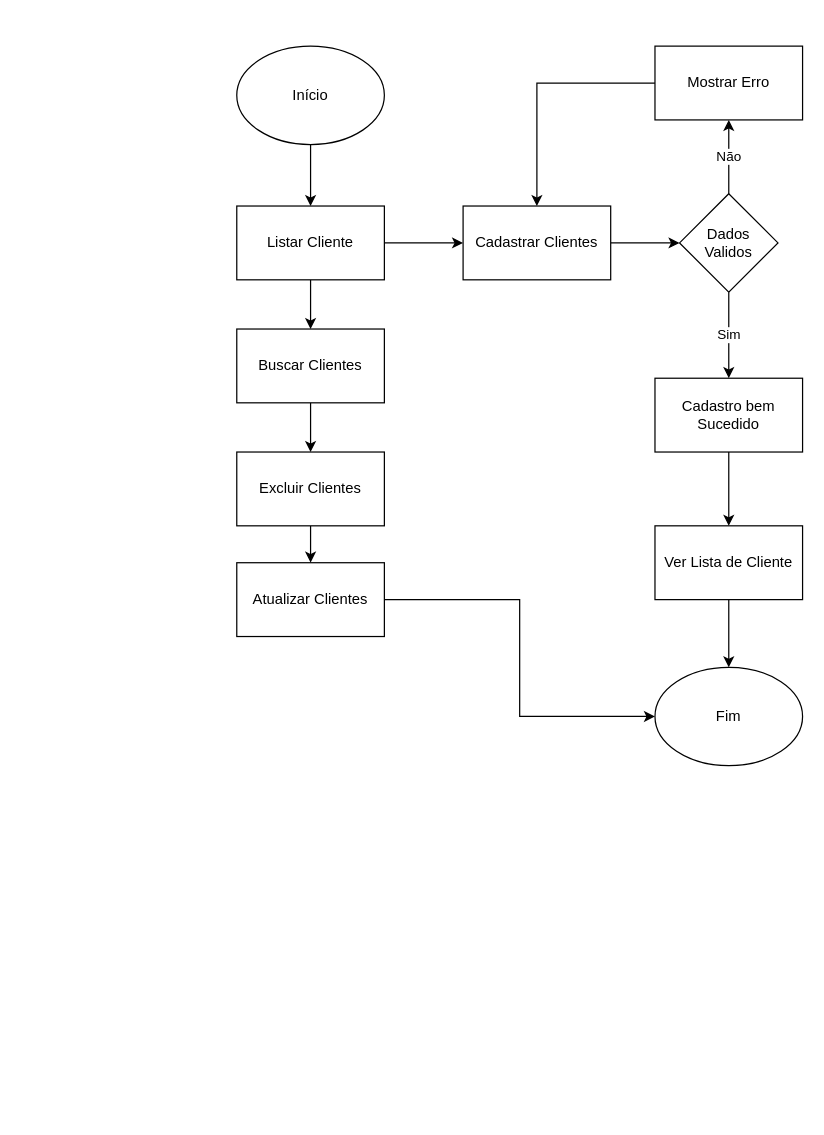
Earlier version of the draw.io diagram page "Página-1" (1 of 7) of DOC/fluxograma.drawio (rafaelareisilva/avatar.app). Source tidied: cells renumbered, new cells numbered last; positions are measured from the earlier drawing's top-left corner, leaving out a move shared by most shapes. Both pictures are drawn from the tidied source at 123%, with x=0, y=0 at pixel (236, 46).
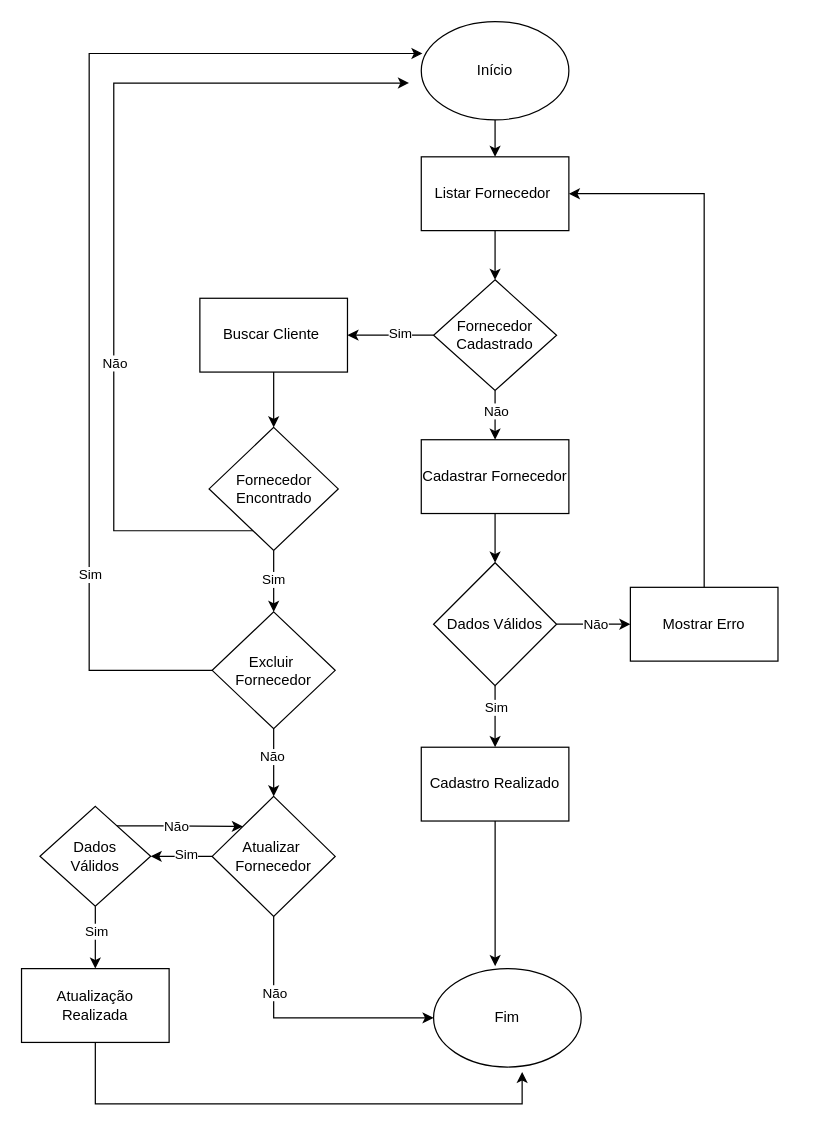
The same diagram, later.

Diff of the diagram source:
```diff
@@
     <mxCell id="3" value="Início" style="ellipse;whiteSpace=wrap;html=1;" parent="1" vertex="1">
-      <mxGeometry width="120" height="80" as="geometry" />
+      <mxGeometry x="150" y="-20" width="120" height="80" as="geometry" />
     </mxCell>
-    <mxCell id="4" style="edgeStyle=orthogonalEdgeStyle;rounded=0;jettySize=auto;html=1;" parent="1" edge="1" source="6" target="8">
-      <mxGeometry relative="1" as="geometry" />
-    </mxCell>
-    <mxCell id="5" style="edgeStyle=orthogonalEdgeStyle;rounded=0;jettySize=auto;html=1;" parent="1" edge="1" source="6" target="10">
-      <mxGeometry relative="1" as="geometry" />
-    </mxCell>
+    <mxCell id="25" style="edgeStyle=orthogonalEdgeStyle;rounded=0;jettySize=auto;html=1;" parent="1" edge="1" source="6" target="30">
+      <mxGeometry relative="1" as="geometry" />
+    </mxCell>
-    <mxCell id="6" value="Listar Cliente" style="whiteSpace=wrap;html=1;" parent="1" vertex="1">
-      <mxGeometry y="130" width="120" height="60" as="geometry" />
+    <mxCell id="6" value="Listar Fornecedor&amp;nbsp;" style="whiteSpace=wrap;html=1;" parent="1" vertex="1">
+      <mxGeometry x="150" y="90" width="120" height="60" as="geometry" />
     </mxCell>
-    <mxCell id="7" style="edgeStyle=orthogonalEdgeStyle;rounded=0;jettySize=auto;html=1;" parent="1" edge="1" source="8" target="17">
-      <mxGeometry relative="1" as="geometry" />
-    </mxCell>
-    <mxCell id="8" value="Cadastrar Clientes" style="whiteSpace=wrap;html=1;" parent="1" vertex="1">
-      <mxGeometry x="184" y="130" width="120" height="60" as="geometry" />
-    </mxCell>
-    <mxCell id="9" style="edgeStyle=orthogonalEdgeStyle;rounded=0;jettySize=auto;html=1;" parent="1" edge="1" source="10" target="12">
-      <mxGeometry relative="1" as="geometry" />
-    </mxCell>
-    <mxCell id="10" value="Buscar Clientes" style="whiteSpace=wrap;html=1;" parent="1" vertex="1">
-      <mxGeometry y="230" width="120" height="60" as="geometry" />
-    </mxCell>
-    <mxCell id="11" style="edgeStyle=orthogonalEdgeStyle;rounded=0;jettySize=auto;html=1;" parent="1" edge="1" source="12" target="14">
-      <mxGeometry relative="1" as="geometry" />
-    </mxCell>
-    <mxCell id="12" value="Excluir Clientes" style="whiteSpace=wrap;html=1;" parent="1" vertex="1">
-      <mxGeometry y="330" width="120" height="60" as="geometry" />
-    </mxCell>
-    <mxCell id="13" style="edgeStyle=orthogonalEdgeStyle;rounded=0;jettySize=auto;html=1;entryX=0;entryY=0.5;entryDx=0;entryDy=0;" parent="1" edge="1" source="14" target="20">
-      <mxGeometry relative="1" as="geometry" />
-    </mxCell>
-    <mxCell id="14" value="Atualizar Clientes" style="whiteSpace=wrap;html=1;" parent="1" vertex="1">
-      <mxGeometry y="420" width="120" height="60" as="geometry" />
-    </mxCell>
-    <mxCell id="15" value="Sim" style="edgeStyle=orthogonalEdgeStyle;rounded=0;jettySize=auto;html=1;" parent="1" edge="1" source="17" target="19">
-      <mxGeometry relative="1" as="geometry" />
-    </mxCell>
-    <mxCell id="16" value="Não" style="edgeStyle=orthogonalEdgeStyle;rounded=0;jettySize=auto;html=1;" parent="1" edge="1" source="17" target="24">
-      <mxGeometry relative="1" as="geometry" />
-    </mxCell>
-    <mxCell id="17" value="Dados&lt;div&gt;Validos&lt;/div&gt;" style="rhombus;whiteSpace=wrap;html=1;" parent="1" vertex="1">
-      <mxGeometry x="360" y="120" width="80" height="80" as="geometry" />
-    </mxCell>
-    <mxCell id="18" style="edgeStyle=orthogonalEdgeStyle;rounded=0;jettySize=auto;html=1;" parent="1" edge="1" source="19" target="22">
-      <mxGeometry relative="1" as="geometry" />
-    </mxCell>
-    <mxCell id="19" value="Cadastro bem Sucedido" style="whiteSpace=wrap;html=1;" parent="1" vertex="1">
-      <mxGeometry x="340" y="270" width="120" height="60" as="geometry" />
-    </mxCell>
+    <mxCell id="26" style="edgeStyle=orthogonalEdgeStyle;rounded=0;jettySize=auto;html=1;" parent="1" edge="1" source="30" target="32">
+      <mxGeometry relative="1" as="geometry" />
+    </mxCell>
+    <mxCell id="27" value="Sim" style="edgeLabel;html=1;align=center;verticalAlign=middle;" parent="26" vertex="1">
+      <mxGeometry x="-0.2" y="-2" relative="1" as="geometry" />
+    </mxCell>
+    <mxCell id="28" style="edgeStyle=orthogonalEdgeStyle;rounded=0;jettySize=auto;html=1;" parent="1" edge="1" source="30" target="34">
+      <mxGeometry relative="1" as="geometry" />
+    </mxCell>
+    <mxCell id="29" value="Não" style="edgeLabel;html=1;align=center;verticalAlign=middle;" parent="28" vertex="1">
+      <mxGeometry x="-0.2" relative="1" as="geometry" />
+    </mxCell>
+    <mxCell id="30" value="Fornecedor&lt;div&gt;Cadastrado&lt;/div&gt;" style="rhombus;whiteSpace=wrap;html=1;" parent="1" vertex="1">
+      <mxGeometry x="160" y="190" width="100" height="90" as="geometry" />
+    </mxCell>
+    <mxCell id="31" style="edgeStyle=orthogonalEdgeStyle;rounded=0;jettySize=auto;html=1;" parent="1" edge="1" source="32" target="45">
+      <mxGeometry relative="1" as="geometry" />
+    </mxCell>
+    <mxCell id="32" value="Buscar Cliente&amp;nbsp;" style="whiteSpace=wrap;html=1;" parent="1" vertex="1">
+      <mxGeometry x="-30" y="205" width="120" height="60" as="geometry" />
+    </mxCell>
+    <mxCell id="33" style="edgeStyle=orthogonalEdgeStyle;rounded=0;jettySize=auto;html=1;" parent="1" edge="1" source="34" target="39">
+      <mxGeometry relative="1" as="geometry" />
+    </mxCell>
+    <mxCell id="34" value="Cadastrar Fornecedor" style="whiteSpace=wrap;html=1;" parent="1" vertex="1">
+      <mxGeometry x="150" y="320" width="120" height="60" as="geometry" />
+    </mxCell>
+    <mxCell id="35" style="edgeStyle=orthogonalEdgeStyle;rounded=0;jettySize=auto;html=1;" parent="1" edge="1" source="39" target="24">
+      <mxGeometry relative="1" as="geometry" />
+    </mxCell>
+    <mxCell id="36" value="Não" style="edgeLabel;html=1;align=center;verticalAlign=middle;" parent="35" vertex="1">
+      <mxGeometry x="0.03" y="1" relative="1" as="geometry" />
+    </mxCell>
+    <mxCell id="37" style="edgeStyle=orthogonalEdgeStyle;rounded=0;jettySize=auto;html=1;" parent="1" edge="1" source="39" target="42">
+      <mxGeometry relative="1" as="geometry" />
+    </mxCell>
+    <mxCell id="38" value="Sim" style="edgeLabel;html=1;align=center;verticalAlign=middle;" parent="37" vertex="1">
+      <mxGeometry x="-0.32" relative="1" as="geometry" />
+    </mxCell>
+    <mxCell id="39" value="Dados Válidos" style="rhombus;whiteSpace=wrap;html=1;" parent="1" vertex="1">
+      <mxGeometry x="160" y="420" width="100" height="100" as="geometry" />
+    </mxCell>
+    <mxCell id="40" style="edgeStyle=orthogonalEdgeStyle;rounded=0;jettySize=auto;html=1;entryX=1;entryY=0.5;entryDx=0;entryDy=0;" parent="1" edge="1" source="24" target="6">
+      <mxGeometry relative="1" as="geometry">
+        <Array as="points">
+          <mxPoint x="380" y="120" />
+        </Array>
+      </mxGeometry>
+    </mxCell>
+    <mxCell id="24" value="Mostrar Erro" style="whiteSpace=wrap;html=1;" parent="1" vertex="1">
+      <mxGeometry x="320" y="440" width="120" height="60" as="geometry" />
+    </mxCell>
+    <mxCell id="41" style="edgeStyle=orthogonalEdgeStyle;rounded=0;jettySize=auto;html=1;entryX=0.417;entryY=-0.025;entryDx=0;entryDy=0;entryPerimeter=0;" parent="1" edge="1" source="42" target="20">
+      <mxGeometry relative="1" as="geometry" />
+    </mxCell>
+    <mxCell id="42" value="Cadastro Realizado" style="whiteSpace=wrap;html=1;" parent="1" vertex="1">
+      <mxGeometry x="150" y="570" width="120" height="60" as="geometry" />
+    </mxCell>
+    <mxCell id="43" style="edgeStyle=orthogonalEdgeStyle;rounded=0;jettySize=auto;html=1;" parent="1" edge="1" source="45" target="50">
+      <mxGeometry relative="1" as="geometry" />
+    </mxCell>
+    <mxCell id="44" value="Sim" style="edgeLabel;html=1;align=center;verticalAlign=middle;" parent="43" vertex="1">
+      <mxGeometry x="-0.09" y="-1" relative="1" as="geometry" />
+    </mxCell>
+    <mxCell id="45" value="Fornecedor&lt;div&gt;Encontrado&lt;/div&gt;" style="rhombus;whiteSpace=wrap;html=1;" parent="1" vertex="1">
+      <mxGeometry x="-22.5" y="310" width="105" height="100" as="geometry" />
+    </mxCell>
+    <mxCell id="46" style="edgeStyle=orthogonalEdgeStyle;rounded=0;jettySize=auto;html=1;" parent="1" edge="1" source="45">
+      <mxGeometry relative="1" as="geometry">
+        <mxPoint x="140" y="30" as="targetPoint" />
+        <Array as="points">
+          <mxPoint x="-100" y="394" />
+          <mxPoint x="-100" y="30" />
+        </Array>
+      </mxGeometry>
+    </mxCell>
+    <mxCell id="47" value="Não" style="edgeLabel;html=1;align=center;verticalAlign=middle;" parent="46" vertex="1">
+      <mxGeometry x="-0.3" relative="1" as="geometry">
+        <mxPoint y="1" as="offset" />
+      </mxGeometry>
+    </mxCell>
+    <mxCell id="48" style="edgeStyle=orthogonalEdgeStyle;rounded=0;jettySize=auto;html=1;" parent="1" edge="1" source="50" target="57">
+      <mxGeometry relative="1" as="geometry" />
+    </mxCell>
+    <mxCell id="49" value="Não" style="edgeLabel;html=1;align=center;verticalAlign=middle;" parent="48" vertex="1">
+      <mxGeometry x="-0.2" y="-2" relative="1" as="geometry" />
+    </mxCell>
+    <mxCell id="50" value="Excluir&amp;nbsp;&lt;div&gt;Fornecedor&lt;/div&gt;" style="rhombus;whiteSpace=wrap;html=1;" parent="1" vertex="1">
+      <mxGeometry x="-20" y="460" width="100" height="95" as="geometry" />
+    </mxCell>
+    <mxCell id="51" style="edgeStyle=orthogonalEdgeStyle;rounded=0;jettySize=auto;html=1;entryX=0.008;entryY=0.325;entryDx=0;entryDy=0;entryPerimeter=0;" parent="1" edge="1" source="50" target="3">
+      <mxGeometry relative="1" as="geometry">
+        <Array as="points">
+          <mxPoint x="-120" y="508" />
+          <mxPoint x="-120" y="6" />
+        </Array>
+      </mxGeometry>
+    </mxCell>
+    <mxCell id="52" value="Sim" style="edgeLabel;html=1;align=center;verticalAlign=middle;" parent="51" vertex="1">
+      <mxGeometry x="-0.59" relative="1" as="geometry">
+        <mxPoint y="1" as="offset" />
+      </mxGeometry>
+    </mxCell>
+    <mxCell id="53" style="edgeStyle=orthogonalEdgeStyle;rounded=0;jettySize=auto;html=1;" parent="1" edge="1" source="57" target="20">
+      <mxGeometry relative="1" as="geometry">
+        <Array as="points">
+          <mxPoint x="30" y="790" />
+        </Array>
+      </mxGeometry>
+    </mxCell>
+    <mxCell id="54" value="Não" style="edgeLabel;html=1;align=center;verticalAlign=middle;" parent="53" vertex="1">
+      <mxGeometry x="-0.43" relative="1" as="geometry">
+        <mxPoint y="1" as="offset" />
+      </mxGeometry>
+    </mxCell>
+    <mxCell id="55" style="edgeStyle=orthogonalEdgeStyle;rounded=0;jettySize=auto;html=1;" parent="1" edge="1" source="57" target="62">
+      <mxGeometry relative="1" as="geometry" />
+    </mxCell>
+    <mxCell id="56" value="Sim" style="edgeLabel;html=1;align=center;verticalAlign=middle;" parent="55" vertex="1">
+      <mxGeometry x="-0.12" y="-2" relative="1" as="geometry" />
+    </mxCell>
+    <mxCell id="57" value="Atualizar&amp;nbsp;&lt;div&gt;Fornecedor&lt;/div&gt;" style="rhombus;whiteSpace=wrap;html=1;" parent="1" vertex="1">
+      <mxGeometry x="-20" y="610" width="100" height="97.5" as="geometry" />
+    </mxCell>
     <mxCell id="20" value="Fim" style="ellipse;whiteSpace=wrap;html=1;" parent="1" vertex="1">
-      <mxGeometry x="340" y="505" width="120" height="80" as="geometry" />
+      <mxGeometry x="160" y="750" width="120" height="80" as="geometry" />
     </mxCell>
-    <mxCell id="21" style="edgeStyle=orthogonalEdgeStyle;rounded=0;jettySize=auto;html=1;" parent="1" edge="1" source="22" target="20">
-      <mxGeometry relative="1" as="geometry" />
-    </mxCell>
-    <mxCell id="22" value="Ver Lista de Cliente" style="whiteSpace=wrap;html=1;" parent="1" vertex="1">
-      <mxGeometry x="340" y="390" width="120" height="60" as="geometry" />
-    </mxCell>
-    <mxCell id="23" style="edgeStyle=orthogonalEdgeStyle;rounded=0;jettySize=auto;html=1;entryX=0.5;entryY=0;entryDx=0;entryDy=0;" parent="1" edge="1" source="24" target="8">
-      <mxGeometry relative="1" as="geometry" />
-    </mxCell>
-    <mxCell id="24" value="Mostrar Erro" style="whiteSpace=wrap;html=1;" parent="1" vertex="1">
-      <mxGeometry x="340" width="120" height="60" as="geometry" />
-    </mxCell>
+    <mxCell id="58" style="edgeStyle=orthogonalEdgeStyle;rounded=0;jettySize=auto;html=1;entryX=0;entryY=0;entryDx=0;entryDy=0;" parent="1" edge="1" source="62" target="57">
+      <mxGeometry relative="1" as="geometry">
+        <Array as="points">
+          <mxPoint x="-60" y="634" />
+          <mxPoint x="-60" y="634" />
+        </Array>
+      </mxGeometry>
+    </mxCell>
+    <mxCell id="59" value="Não" style="edgeLabel;html=1;align=center;verticalAlign=middle;" parent="58" vertex="1">
+      <mxGeometry x="-0.07" relative="1" as="geometry" />
+    </mxCell>
+    <mxCell id="60" style="edgeStyle=orthogonalEdgeStyle;rounded=0;jettySize=auto;html=1;" parent="1" edge="1" source="62" target="63">
+      <mxGeometry relative="1" as="geometry" />
+    </mxCell>
+    <mxCell id="61" value="Sim" style="edgeLabel;html=1;align=center;verticalAlign=middle;" parent="60" vertex="1">
+      <mxGeometry x="-0.22" relative="1" as="geometry" />
+    </mxCell>
+    <mxCell id="62" value="Dados&lt;div&gt;Válidos&lt;/div&gt;" style="rhombus;whiteSpace=wrap;html=1;" parent="1" vertex="1">
+      <mxGeometry x="-160" y="618.1" width="90" height="81.2" as="geometry" />
+    </mxCell>
+    <mxCell id="63" value="Atualização Realizada" style="whiteSpace=wrap;html=1;" parent="1" vertex="1">
+      <mxGeometry x="-175" y="750" width="120" height="60" as="geometry" />
+    </mxCell>
+    <mxCell id="64" style="edgeStyle=orthogonalEdgeStyle;rounded=0;jettySize=auto;html=1;entryX=0.6;entryY=1.05;entryDx=0;entryDy=0;entryPerimeter=0;" parent="1" edge="1" source="63" target="20">
+      <mxGeometry relative="1" as="geometry">
+        <Array as="points">
+          <mxPoint x="-115" y="860" />
+          <mxPoint x="232" y="860" />
+        </Array>
+      </mxGeometry>
+    </mxCell>
```
